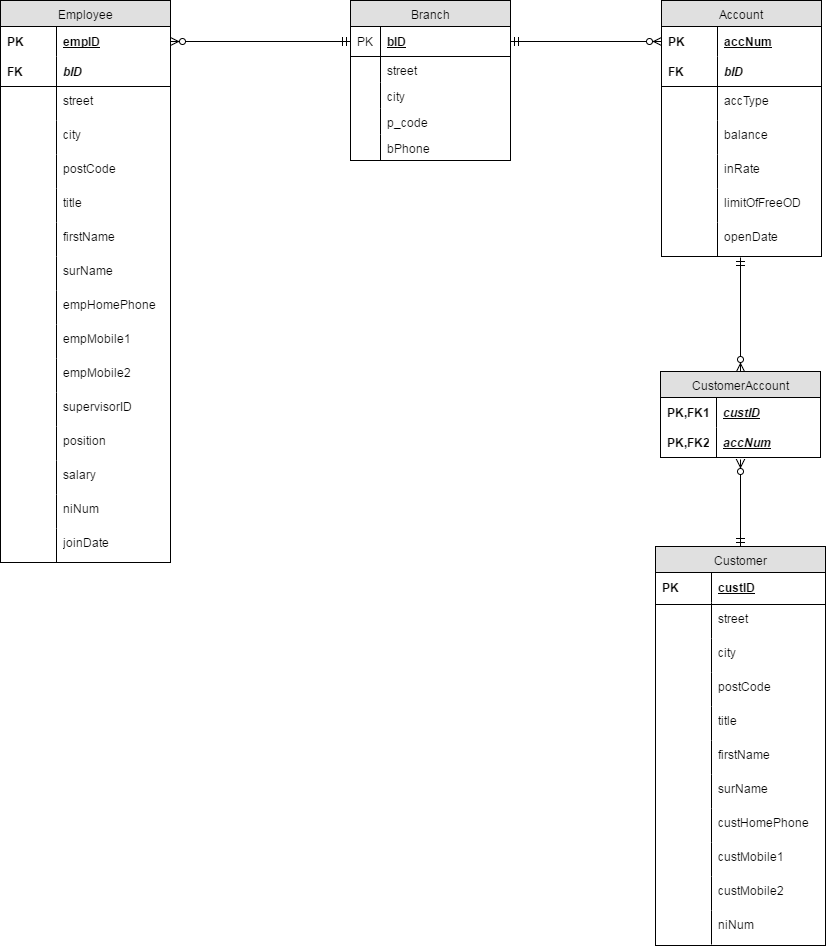
The draw.io diagram Coursework/ER Diagram.png in tomkopx/Advanced-databases, before a commit. Source tidied: cells renumbered, new cells last; positions are measured from the earlier drawing's top-left corner, leaving out a move shared by most shapes.
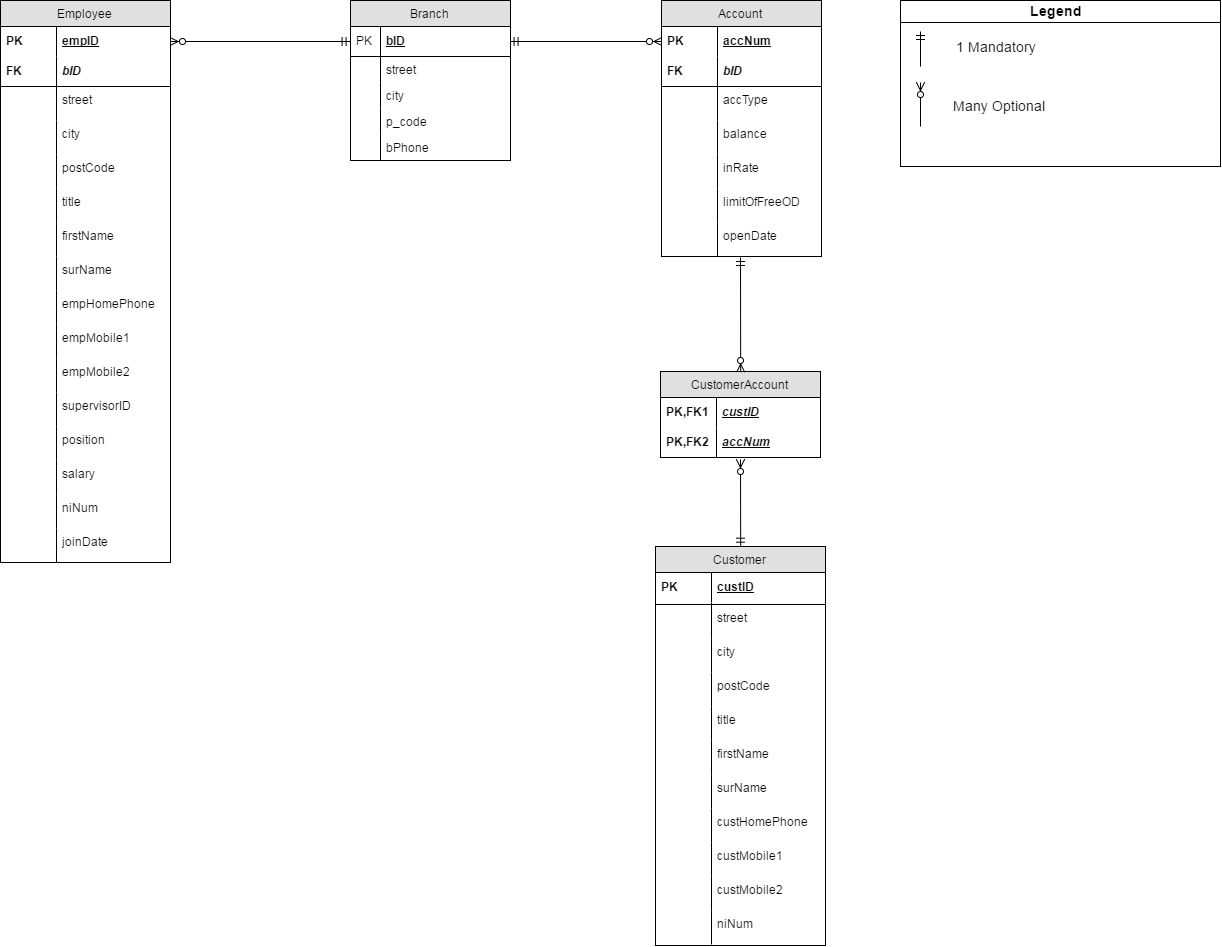
The same diagram one commit later.

What changed in the source:
```diff
@@ -285,5 +285,32 @@
         <mxPoint x="740" y="459" as="targetPoint" />
       </mxGeometry>
     </mxCell>
+    <mxCell id="95" style="whiteSpace=wrap;html=1;" parent="1" vertex="1">
+      <mxGeometry x="900" width="320" height="166" as="geometry" />
+    </mxCell>
+    <mxCell id="96" value="Legend" style="text;html=1;strokeColor=none;fillColor=none;align=center;verticalAlign=middle;whiteSpace=wrap;fontSize=14;fontStyle=1;" parent="1" vertex="1">
+      <mxGeometry x="1020" y="3" width="70" height="15" as="geometry" />
+    </mxCell>
+    <mxCell id="97" style="html=1;endArrow=ERmandOne;fontSize=14;" parent="1" edge="1">
+      <mxGeometry relative="1" as="geometry">
+        <mxPoint x="920" y="66" as="sourcePoint" />
+        <mxPoint x="920" y="31" as="targetPoint" />
+      </mxGeometry>
+    </mxCell>
+    <mxCell id="98" value="1 Mandatory&lt;div&gt;&lt;br&gt;&lt;/div&gt;" style="text;html=1;strokeColor=none;fillColor=none;align=center;verticalAlign=middle;whiteSpace=wrap;fontSize=14;fontStyle=0;" parent="1" vertex="1">
+      <mxGeometry x="940" y="41" width="110" height="25" as="geometry" />
+    </mxCell>
+    <mxCell id="99" style="html=1;endArrow=none;endFill=0;startArrow=ERzeroToMany;fontSize=14;" parent="1" edge="1">
+      <mxGeometry relative="1" as="geometry">
+        <mxPoint x="920" y="82" as="sourcePoint" />
+        <mxPoint x="920" y="126" as="targetPoint" />
+      </mxGeometry>
+    </mxCell>
+    <mxCell id="100" value="Many Optional" style="text;html=1;strokeColor=none;fillColor=none;align=center;verticalAlign=middle;whiteSpace=wrap;fontSize=14;" parent="1" vertex="1">
+      <mxGeometry x="940" y="95" width="115" height="20" as="geometry" />
+    </mxCell>
+    <mxCell id="101" style="line;html=1;strokeWidth=1;fillColor=none;align=left;verticalAlign=middle;spacingTop=-1;spacingLeft=3;spacingRight=3;labelPosition=right;fontSize=14;" parent="1" vertex="1">
+      <mxGeometry x="900" y="18" width="320" height="8" as="geometry" />
+    </mxCell>
   </root>
 </mxGraphModel>
```
